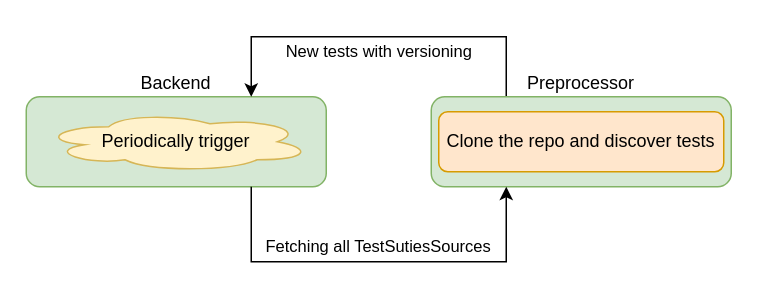
The draw.io diagram page "Fetch test suites" (2 of 3) of SAVE_cloud-test-run.drawio in diktat-static-analysis/save-diagram, before the edit. Source tidied: cells renumbered, new cells numbered last; positions are measured from the earlier drawing's top-left corner, leaving out a move shared by most shapes. Both pictures are drawn from the tidied source at 150%, with x=0, y=0 at pixel (26, 36).
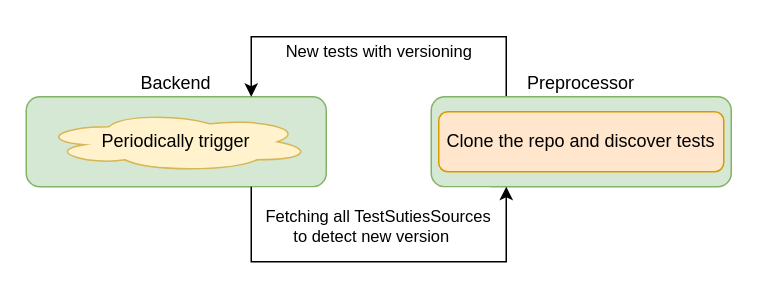
Above is the later version.

Change to the diagram source:
```diff
@@
 <mxGraphModel>
   <root>
     <mxCell id="0" />
     <mxCell id="1" parent="0" />
     <mxCell id="2" value="Backend" style="rounded=1;whiteSpace=wrap;html=1;fillColor=#d5e8d4;strokeColor=#82b366;labelPosition=center;verticalLabelPosition=top;align=center;verticalAlign=bottom;" parent="1" vertex="1">
       <mxGeometry y="40" width="200" height="60" as="geometry" />
     </mxCell>
     <mxCell id="3" value="New tests with versioning" style="edgeStyle=orthogonalEdgeStyle;rounded=0;jettySize=auto;html=1;exitX=0.25;exitY=0;exitDx=0;exitDy=0;entryX=0.75;entryY=0;entryDx=0;entryDy=0;endArrow=classic;endFill=1;" parent="1" edge="1" source="4" target="2">
       <mxGeometry y="10" relative="1" as="geometry">
         <Array as="points">
           <mxPoint x="320" />
           <mxPoint x="150" />
         </Array>
       </mxGeometry>
     </mxCell>
     <mxCell id="4" value="Preprocessor" style="rounded=1;whiteSpace=wrap;html=1;labelPosition=center;verticalLabelPosition=top;align=center;verticalAlign=bottom;fillColor=#d5e8d4;strokeColor=#82b366;" parent="1" vertex="1">
       <mxGeometry x="270" y="40" width="200" height="60" as="geometry" />
     </mxCell>
-    <mxCell id="5" value="&amp;nbsp; &amp;nbsp;Fetching all TestSutiesSources" style="endArrow=classic;html=1;rounded=0;entryX=0.25;entryY=1;entryDx=0;entryDy=0;exitX=0.75;exitY=1;exitDx=0;exitDy=0;" parent="1" edge="1">
-      <mxGeometry x="-0.04" y="10" relative="1" as="geometry">
+    <mxCell id="5" value="&amp;nbsp;&lt;br&gt;&amp;nbsp; &amp;nbsp;Fetching all TestSutiesSources&lt;br&gt;to detect new version" style="endArrow=classic;html=1;rounded=0;entryX=0.25;entryY=1;entryDx=0;entryDy=0;exitX=0.75;exitY=1;exitDx=0;exitDy=0;" parent="1" edge="1">
+      <mxGeometry x="-0.04" y="30" relative="1" as="geometry">
         <mxPoint x="150" y="100" as="sourcePoint" />
         <mxPoint x="320" y="100" as="targetPoint" />
         <Array as="points">
           <mxPoint x="150" y="150" />
           <mxPoint x="320" y="150" />
         </Array>
       </mxGeometry>
     </mxCell>
     <mxCell id="6" value="Clone the repo and discover tests" style="rounded=1;whiteSpace=wrap;html=1;fillColor=#ffe6cc;strokeColor=#d79b00;" parent="1" vertex="1">
       <mxGeometry x="275" y="50" width="190" height="40" as="geometry" />
     </mxCell>
     <mxCell id="7" value="Periodically trigger" style="ellipse;shape=cloud;whiteSpace=wrap;html=1;fillColor=#fff2cc;strokeColor=#d6b656;" parent="1" vertex="1">
       <mxGeometry x="10" y="50" width="180" height="40" as="geometry" />
     </mxCell>
   </root>
 </mxGraphModel>
```
